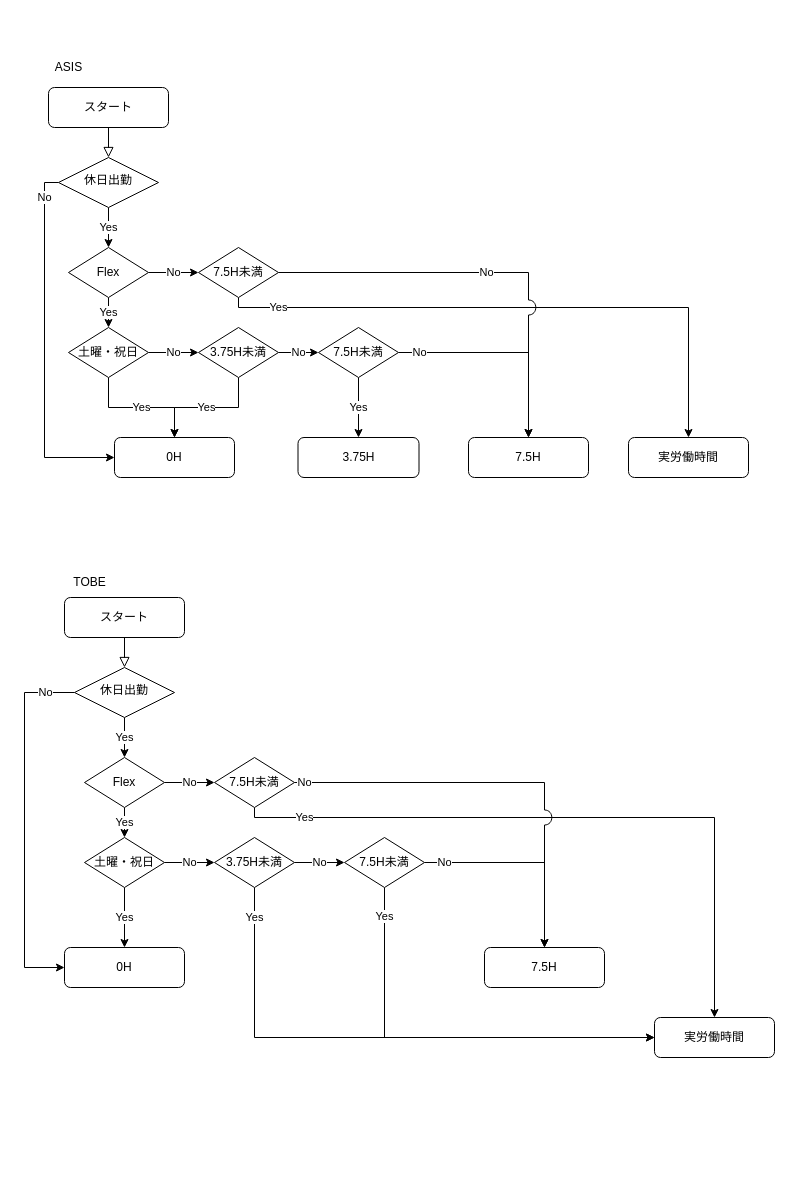
The draw.io diagram 代休.drawio in o5om3-san/first-git, before the edit. Source tidied: cells renumbered, new cells numbered last; positions are measured from the earlier drawing's top-left corner, leaving out a move shared by most shapes. Both pictures are drawn from the tidied source at 100%, with x=0, y=0 at pixel (24, 57).
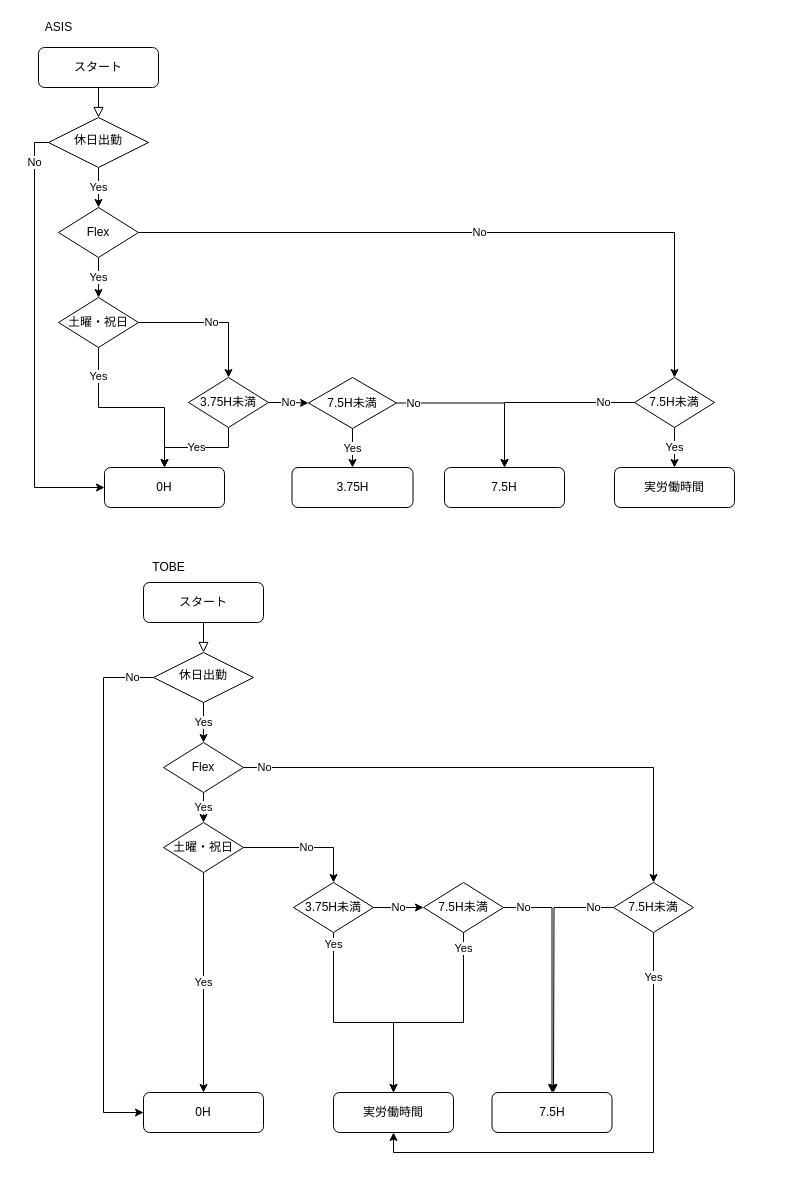
The same page after the edit.

Diff of the diagram source:
```diff
@@
     <mxCell id="3" value="スタート" style="rounded=1;whiteSpace=wrap;html=1;fontSize=12;glass=0;strokeWidth=1;shadow=0;" parent="1" vertex="1">
-      <mxGeometry x="24" y="30" width="120" height="40" as="geometry" />
+      <mxGeometry x="14" y="-10" width="120" height="40" as="geometry" />
     </mxCell>
@@
     <mxCell id="5" value="No" style="edgeStyle=orthogonalEdgeStyle;rounded=0;jumpStyle=arc;jumpSize=15;jettySize=auto;html=1;entryX=0;entryY=0.5;entryDx=0;entryDy=0;" parent="1" edge="1" source="6" target="23">
       <mxGeometry x="-0.84" relative="1" as="geometry">
         <Array as="points">
-          <mxPoint x="20" y="125" />
-          <mxPoint x="20" y="400" />
+          <mxPoint x="10" y="85" />
+          <mxPoint x="10" y="430" />
         </Array>
       </mxGeometry>
     </mxCell>
     <mxCell id="6" value="休日出勤" style="rhombus;whiteSpace=wrap;html=1;shadow=0;fontFamily=Helvetica;fontSize=12;align=center;strokeWidth=1;spacing=6;spacingTop=-4;" parent="1" vertex="1">
-      <mxGeometry x="34" y="100" width="100" height="50" as="geometry" />
+      <mxGeometry x="24" y="60" width="100" height="50" as="geometry" />
     </mxCell>
     <mxCell id="7" value="実労働時間" style="rounded=1;whiteSpace=wrap;html=1;fontSize=12;glass=0;strokeWidth=1;shadow=0;" parent="1" vertex="1">
-      <mxGeometry x="604" y="380" width="120" height="40" as="geometry" />
+      <mxGeometry x="590" y="410" width="120" height="40" as="geometry" />
     </mxCell>
-    <mxCell id="8" value="No" style="edgeStyle=orthogonalEdgeStyle;rounded=0;jettySize=auto;html=1;exitX=1;exitY=0.5;exitDx=0;exitDy=0;entryX=0;entryY=0.5;entryDx=0;entryDy=0;" parent="1" edge="1" source="10" target="12">
+    <mxCell id="8" value="No" style="edgeStyle=orthogonalEdgeStyle;rounded=0;jettySize=auto;html=1;exitX=1;exitY=0.5;exitDx=0;exitDy=0;entryX=0.5;entryY=0;entryDx=0;entryDy=0;" parent="1" edge="1" source="10" target="12">
       <mxGeometry relative="1" as="geometry" />
     </mxCell>
@@
     <mxCell id="10" value="Flex" style="rhombus;whiteSpace=wrap;html=1;" parent="1" vertex="1">
-      <mxGeometry x="44" y="190" width="80" height="50" as="geometry" />
+      <mxGeometry x="34" y="150" width="80" height="50" as="geometry" />
     </mxCell>
     <mxCell id="11" value="Yes" style="edgeStyle=orthogonalEdgeStyle;rounded=0;jettySize=auto;html=1;exitX=0.5;exitY=1;exitDx=0;exitDy=0;entryX=0.5;entryY=0;entryDx=0;entryDy=0;jumpSize=6;" parent="1" edge="1" source="12" target="7">
-      <mxGeometry x="-0.83" relative="1" as="geometry">
+      <mxGeometry relative="1" as="geometry">
         <Array as="points">
-          <mxPoint x="214" y="250" />
-          <mxPoint x="664" y="250" />
+          <mxPoint x="650" y="390" />
+          <mxPoint x="650" y="390" />
         </Array>
       </mxGeometry>
     </mxCell>
     <mxCell id="12" value="7.5H未満" style="rhombus;whiteSpace=wrap;html=1;" parent="1" vertex="1">
-      <mxGeometry x="174" y="190" width="80" height="50" as="geometry" />
+      <mxGeometry x="610" y="320" width="80" height="50" as="geometry" />
     </mxCell>
     <mxCell id="13" value="7.5H" style="rounded=1;whiteSpace=wrap;html=1;fontSize=12;glass=0;strokeWidth=1;shadow=0;" parent="1" vertex="1">
-      <mxGeometry x="444" y="380" width="120" height="40" as="geometry" />
+      <mxGeometry x="420" y="410" width="120" height="40" as="geometry" />
     </mxCell>
@@
     <mxCell id="15" value="Yes" style="edgeStyle=orthogonalEdgeStyle;rounded=0;jettySize=auto;html=1;exitX=0.5;exitY=1;exitDx=0;exitDy=0;entryX=0.5;entryY=0;entryDx=0;entryDy=0;" parent="1" edge="1" source="16" target="23">
-      <mxGeometry relative="1" as="geometry" />
+      <mxGeometry x="-0.69" relative="1" as="geometry">
+        <Array as="points">
+          <mxPoint x="74" y="350" />
+          <mxPoint x="140" y="350" />
+        </Array>
+      </mxGeometry>
     </mxCell>
     <mxCell id="16" value="土曜・祝日" style="rhombus;whiteSpace=wrap;html=1;" parent="1" vertex="1">
-      <mxGeometry x="44" y="270" width="80" height="50" as="geometry" />
+      <mxGeometry x="34" y="240" width="80" height="50" as="geometry" />
     </mxCell>
@@
     <mxCell id="19" value="3.75H未満" style="rhombus;whiteSpace=wrap;html=1;" parent="1" vertex="1">
-      <mxGeometry x="174" y="270" width="80" height="50" as="geometry" />
+      <mxGeometry x="164" y="320" width="80" height="50" as="geometry" />
     </mxCell>
-    <mxCell id="20" value="No" style="edgeStyle=orthogonalEdgeStyle;rounded=0;jettySize=auto;html=1;entryX=0.5;entryY=0;entryDx=0;entryDy=0;" parent="1" edge="1" source="22" target="13">
-      <mxGeometry x="-0.8" relative="1" as="geometry" />
+    <mxCell id="20" value="No" style="edgeStyle=orthogonalEdgeStyle;rounded=0;jettySize=auto;html=1;entryX=0.5;entryY=0;entryDx=0;entryDy=0;exitX=1;exitY=0.5;exitDx=0;exitDy=0;" parent="1" edge="1" source="22" target="13">
+      <mxGeometry x="-0.8" relative="1" as="geometry">
+        <Array as="points">
+          <mxPoint x="480" y="346" />
+        </Array>
+      </mxGeometry>
     </mxCell>
@@
     <mxCell id="22" value="7.5H未満" style="rhombus;whiteSpace=wrap;html=1;" parent="1" vertex="1">
-      <mxGeometry x="294" y="270" width="80" height="50" as="geometry" />
+      <mxGeometry x="284" y="320" width="88" height="51" as="geometry" />
     </mxCell>
     <mxCell id="23" value="0H" style="rounded=1;whiteSpace=wrap;html=1;fontSize=12;glass=0;strokeWidth=1;shadow=0;" parent="1" vertex="1">
-      <mxGeometry x="90" y="380" width="120" height="40" as="geometry" />
+      <mxGeometry x="80" y="410" width="120" height="40" as="geometry" />
     </mxCell>
     <mxCell id="24" value="3.75H" style="rounded=1;whiteSpace=wrap;html=1;fontSize=12;glass=0;strokeWidth=1;shadow=0;" parent="1" vertex="1">
-      <mxGeometry x="273.5" y="380" width="121" height="40" as="geometry" />
+      <mxGeometry x="267.5" y="410" width="121" height="40" as="geometry" />
     </mxCell>
     <mxCell id="25" value="ASIS" style="text;html=1;align=center;verticalAlign=middle;" parent="1" vertex="1">
-      <mxGeometry x="24" width="40" height="20" as="geometry" />
+      <mxGeometry x="14" y="-40" width="40" height="20" as="geometry" />
     </mxCell>
     <mxCell id="26" value="TOBE" style="text;html=1;align=center;verticalAlign=middle;" parent="1" vertex="1">
-      <mxGeometry x="40" y="515" width="50" height="20" as="geometry" />
+      <mxGeometry x="119" y="500" width="50" height="20" as="geometry" />
     </mxCell>
-    <mxCell id="27" value="No" style="edgeStyle=orthogonalEdgeStyle;rounded=0;jettySize=auto;html=1;exitX=1;exitY=0.5;exitDx=0;exitDy=0;entryX=0.5;entryY=0;entryDx=0;entryDy=0;jumpStyle=arc;jumpSize=15;" parent="1" edge="1" source="12" target="13">
-      <mxGeometry relative="1" as="geometry">
+    <mxCell id="27" value="No" style="edgeStyle=orthogonalEdgeStyle;rounded=0;jettySize=auto;html=1;entryX=0.5;entryY=0;entryDx=0;entryDy=0;jumpStyle=arc;jumpSize=15;exitX=0;exitY=0.5;exitDx=0;exitDy=0;" parent="1" edge="1" source="12" target="13">
+      <mxGeometry x="-0.68" relative="1" as="geometry">
         <Array as="points">
-          <mxPoint x="504" y="215" />
+          <mxPoint x="480" y="345" />
         </Array>
       </mxGeometry>
     </mxCell>
@@
     <mxCell id="29" value="スタート" style="rounded=1;whiteSpace=wrap;html=1;fontSize=12;glass=0;strokeWidth=1;shadow=0;" parent="1" vertex="1">
-      <mxGeometry x="40" y="540" width="120" height="40" as="geometry" />
+      <mxGeometry x="119" y="525" width="120" height="40" as="geometry" />
     </mxCell>
@@
     <mxCell id="31" value="No" style="edgeStyle=orthogonalEdgeStyle;rounded=0;jettySize=auto;html=1;exitX=0;exitY=0.5;exitDx=0;exitDy=0;entryX=0;entryY=0.5;entryDx=0;entryDy=0;" parent="1" edge="1" source="32" target="49">
-      <mxGeometry x="-0.84" relative="1" as="geometry">
+      <mxGeometry x="-0.92" relative="1" as="geometry">
         <Array as="points">
-          <mxPoint y="635" />
-          <mxPoint y="910" />
+          <mxPoint x="79" y="620" />
+          <mxPoint x="79" y="1055" />
         </Array>
       </mxGeometry>
     </mxCell>
     <mxCell id="32" value="休日出勤" style="rhombus;whiteSpace=wrap;html=1;shadow=0;fontFamily=Helvetica;fontSize=12;align=center;strokeWidth=1;spacing=6;spacingTop=-4;" parent="1" vertex="1">
-      <mxGeometry x="50" y="610" width="100" height="50" as="geometry" />
+      <mxGeometry x="129" y="595" width="100" height="50" as="geometry" />
     </mxCell>
     <mxCell id="33" value="実労働時間" style="rounded=1;whiteSpace=wrap;html=1;fontSize=12;glass=0;strokeWidth=1;shadow=0;" parent="1" vertex="1">
-      <mxGeometry x="630" y="960" width="120" height="40" as="geometry" />
+      <mxGeometry x="309" y="1035" width="120" height="40" as="geometry" />
     </mxCell>
-    <mxCell id="34" value="No" style="edgeStyle=orthogonalEdgeStyle;rounded=0;jettySize=auto;html=1;exitX=1;exitY=0.5;exitDx=0;exitDy=0;entryX=0;entryY=0.5;entryDx=0;entryDy=0;" parent="1" edge="1" source="36" target="38">
-      <mxGeometry relative="1" as="geometry" />
+    <mxCell id="34" value="No" style="edgeStyle=orthogonalEdgeStyle;rounded=0;jettySize=auto;html=1;exitX=1;exitY=0.5;exitDx=0;exitDy=0;entryX=0.5;entryY=0;entryDx=0;entryDy=0;" parent="1" edge="1" source="36" target="38">
+      <mxGeometry x="-0.92" relative="1" as="geometry">
+        <Array as="points">
+          <mxPoint x="629" y="710" />
+        </Array>
+      </mxGeometry>
     </mxCell>
@@
     <mxCell id="36" value="Flex" style="rhombus;whiteSpace=wrap;html=1;" parent="1" vertex="1">
-      <mxGeometry x="60" y="700" width="80" height="50" as="geometry" />
+      <mxGeometry x="139" y="685" width="80" height="50" as="geometry" />
     </mxCell>
-    <mxCell id="37" value="Yes" style="edgeStyle=orthogonalEdgeStyle;rounded=0;jettySize=auto;html=1;exitX=0.5;exitY=1;exitDx=0;exitDy=0;entryX=0.5;entryY=0;entryDx=0;entryDy=0;jumpSize=6;" parent="1" edge="1" source="38" target="33">
+    <mxCell id="37" value="Yes" style="edgeStyle=orthogonalEdgeStyle;rounded=0;jettySize=auto;html=1;exitX=0.5;exitY=1;exitDx=0;exitDy=0;entryX=0.5;entryY=1;entryDx=0;entryDy=0;jumpSize=6;" parent="1" edge="1" source="38" target="33">
       <mxGeometry x="-0.82" relative="1" as="geometry">
         <Array as="points">
-          <mxPoint x="230" y="760" />
-          <mxPoint x="690" y="760" />
+          <mxPoint x="629" y="1095" />
+          <mxPoint x="369" y="1095" />
         </Array>
       </mxGeometry>
     </mxCell>
+    <mxCell id="51" value="No" style="edgeStyle=orthogonalEdgeStyle;rounded=0;jumpStyle=arc;jumpSize=15;jettySize=auto;html=1;exitX=0;exitY=0.5;exitDx=0;exitDy=0;" parent="1" edge="1" source="38">
+      <mxGeometry x="-0.84" relative="1" as="geometry">
+        <mxPoint x="529" y="1035" as="targetPoint" />
+      </mxGeometry>
+    </mxCell>
     <mxCell id="38" value="7.5H未満" style="rhombus;whiteSpace=wrap;html=1;" parent="1" vertex="1">
-      <mxGeometry x="190" y="700" width="80" height="50" as="geometry" />
+      <mxGeometry x="589" y="825" width="80" height="50" as="geometry" />
     </mxCell>
     <mxCell id="39" value="7.5H" style="rounded=1;whiteSpace=wrap;html=1;fontSize=12;glass=0;strokeWidth=1;shadow=0;" parent="1" vertex="1">
-      <mxGeometry x="460" y="890" width="120" height="40" as="geometry" />
+      <mxGeometry x="467.5" y="1035" width="120" height="40" as="geometry" />
     </mxCell>
@@
     <mxCell id="42" value="土曜・祝日" style="rhombus;whiteSpace=wrap;html=1;" parent="1" vertex="1">
-      <mxGeometry x="60" y="780" width="80" height="50" as="geometry" />
+      <mxGeometry x="139" y="765" width="80" height="50" as="geometry" />
     </mxCell>
-    <mxCell id="43" value="Yes" style="edgeStyle=orthogonalEdgeStyle;rounded=0;jettySize=auto;html=1;entryX=0;entryY=0.5;entryDx=0;entryDy=0;" parent="1" edge="1" source="45" target="33">
+    <mxCell id="43" value="Yes" style="edgeStyle=orthogonalEdgeStyle;rounded=0;jettySize=auto;html=1;entryX=0.5;entryY=0;entryDx=0;entryDy=0;" parent="1" edge="1" source="45" target="33">
       <mxGeometry x="-0.89" relative="1" as="geometry">
         <Array as="points">
-          <mxPoint x="230" y="980" />
+          <mxPoint x="309" y="965" />
+          <mxPoint x="369" y="965" />
         </Array>
       </mxGeometry>
     </mxCell>
@@
     <mxCell id="45" value="3.75H未満" style="rhombus;whiteSpace=wrap;html=1;" parent="1" vertex="1">
-      <mxGeometry x="190" y="780" width="80" height="50" as="geometry" />
+      <mxGeometry x="269" y="825" width="80" height="50" as="geometry" />
     </mxCell>
+    <mxCell id="47" value="Yes" style="edgeStyle=orthogonalEdgeStyle;rounded=0;jettySize=auto;html=1;exitX=0.5;exitY=1;exitDx=0;exitDy=0;entryX=0.5;entryY=0;entryDx=0;entryDy=0;" parent="1" edge="1" source="48" target="33">
+      <mxGeometry x="-0.86" relative="1" as="geometry">
+        <Array as="points">
+          <mxPoint x="439" y="965" />
+          <mxPoint x="369" y="965" />
+        </Array>
+      </mxGeometry>
+    </mxCell>
-    <mxCell id="46" value="No" style="edgeStyle=orthogonalEdgeStyle;rounded=0;jettySize=auto;html=1;entryX=0.5;entryY=0;entryDx=0;entryDy=0;" parent="1" edge="1" source="48" target="39">
-      <mxGeometry x="-0.8" relative="1" as="geometry" />
+    <mxCell id="46" value="No" style="edgeStyle=orthogonalEdgeStyle;rounded=0;jumpStyle=arc;jumpSize=15;jettySize=auto;html=1;exitX=1;exitY=0.5;exitDx=0;exitDy=0;entryX=0.5;entryY=0;entryDx=0;entryDy=0;" parent="1" edge="1" source="48" target="39">
+      <mxGeometry x="-0.83" relative="1" as="geometry" />
     </mxCell>
-    <mxCell id="47" value="Yes" style="edgeStyle=orthogonalEdgeStyle;rounded=0;jettySize=auto;html=1;exitX=0.5;exitY=1;exitDx=0;exitDy=0;entryX=0;entryY=0.5;entryDx=0;entryDy=0;" parent="1" edge="1" source="48" target="33">
-      <mxGeometry x="-0.86" relative="1" as="geometry" />
-    </mxCell>
     <mxCell id="48" value="7.5H未満" style="rhombus;whiteSpace=wrap;html=1;" parent="1" vertex="1">
-      <mxGeometry x="320" y="780" width="80" height="50" as="geometry" />
+      <mxGeometry x="399" y="825" width="80" height="50" as="geometry" />
     </mxCell>
     <mxCell id="49" value="0H" style="rounded=1;whiteSpace=wrap;html=1;fontSize=12;glass=0;strokeWidth=1;shadow=0;" parent="1" vertex="1">
-      <mxGeometry x="40" y="890" width="120" height="40" as="geometry" />
+      <mxGeometry x="119" y="1035" width="120" height="40" as="geometry" />
     </mxCell>
-    <mxCell id="50" value="No" style="edgeStyle=orthogonalEdgeStyle;rounded=0;jettySize=auto;html=1;exitX=1;exitY=0.5;exitDx=0;exitDy=0;entryX=0.5;entryY=0;entryDx=0;entryDy=0;jumpStyle=arc;jumpSize=15;" parent="1" edge="1" source="38" target="39">
-      <mxGeometry x="-0.95" relative="1" as="geometry">
-        <Array as="points">
-          <mxPoint x="520" y="725" />
-        </Array>
-      </mxGeometry>
-    </mxCell>
```
